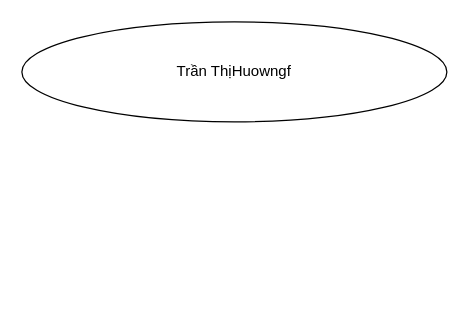
Above: CMC/Phân tích và thiết kế hệ thống/Bài Tập Lớn/Bài Tập Lớn .drawio in tranthihuong-753/test (draw.io), before the change. Source tidied: cells renumbered, new cells numbered last; positions are measured from the earlier drawing's top-left corner, leaving out a move shared by most shapes. Both pictures are drawn from the tidied source at 125%, with x=0, y=0 at pixel (21, 21).
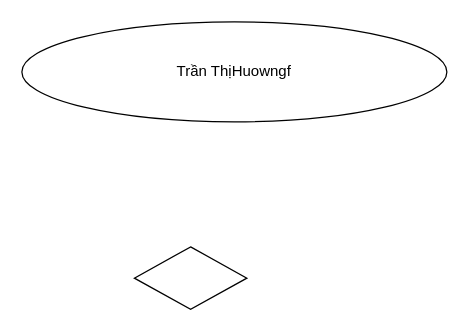
The same diagram, later.

Commit message (it also covers changes not shown here):
Cập nhật Bài Tập Lớn .drawio

The edit, as a diff of the source:
```diff
@@
 <mxGraphModel>
   <root>
     <mxCell id="0" />
     <mxCell id="1" parent="0" />
     <mxCell id="2" value="Trần ThịHuowngf" style="ellipse;whiteSpace=wrap;html=1;" parent="1" vertex="1">
       <mxGeometry width="340" height="80" as="geometry" />
     </mxCell>
+    <mxCell id="3" style="rhombus;whiteSpace=wrap;html=1;" parent="1" vertex="1">
+      <mxGeometry x="90" y="180" width="90" height="50" as="geometry" />
+    </mxCell>
   </root>
 </mxGraphModel>
```
